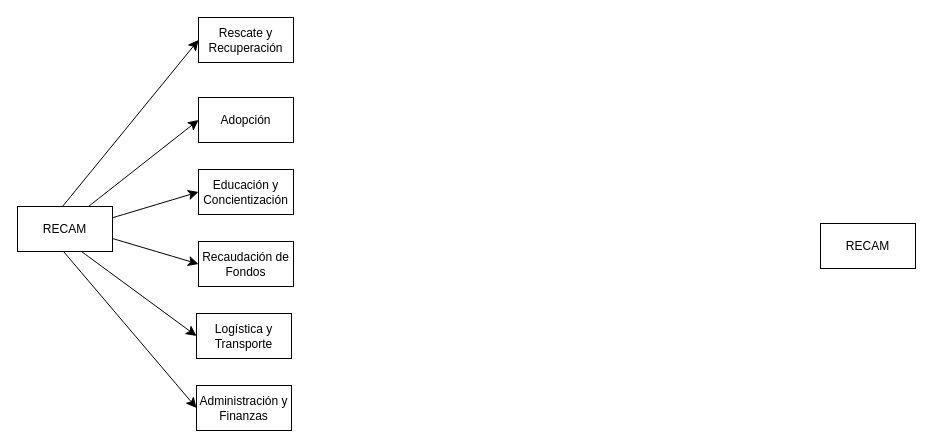
The draw.io diagram organigrama_recam.drawio in franualba/diagrams, before the edit. Source tidied: cells renumbered, new cells numbered last; positions are measured from the earlier drawing's top-left corner, leaving out a move shared by most shapes. Both pictures are drawn from the tidied source at 100%, with x=0, y=0 at pixel (17, 17).
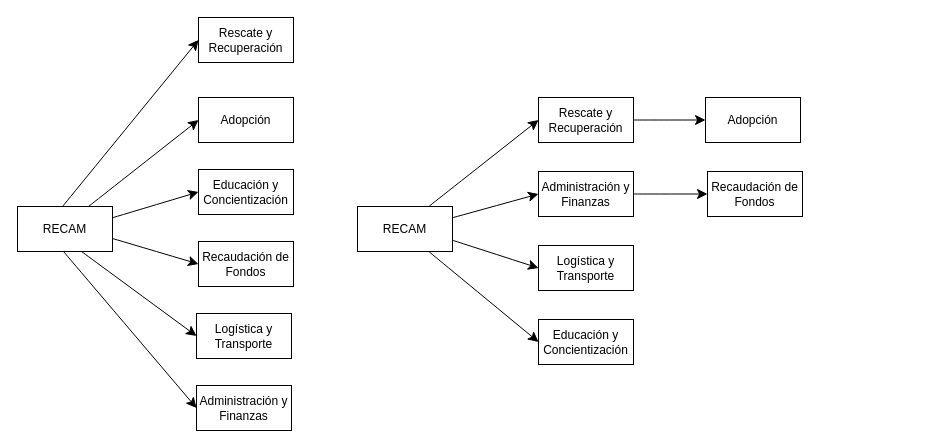
After the change.

Diff of the diagram source:
```diff
@@
-    <mxCell id="2" value="RECAM" style="rounded=0;whiteSpace=wrap;html=1;" parent="1" vertex="1">
-      <mxGeometry x="803" y="206" width="95" height="45" as="geometry" />
-    </mxCell>
-    <mxCell id="3" style="edgeStyle=none;curved=1;rounded=0;orthogonalLoop=1;jettySize=auto;html=1;exitX=1;exitY=1;exitDx=0;exitDy=0;fontSize=12;startSize=8;endSize=8;" parent="1" edge="1" source="2" target="2">
-      <mxGeometry relative="1" as="geometry" />
+    <mxCell id="3" style="edgeStyle=none;curved=1;rounded=0;orthogonalLoop=1;jettySize=auto;html=1;exitX=1;exitY=1;exitDx=0;exitDy=0;fontSize=12;startSize=8;endSize=8;" parent="1" edge="1">
+      <mxGeometry relative="1" as="geometry">
+        <mxPoint x="898" y="251" as="sourcePoint" />
+        <mxPoint x="898" y="251" as="targetPoint" />
+      </mxGeometry>
     </mxCell>
@@
+    <mxCell id="17" style="edgeStyle=none;curved=1;rounded=0;jettySize=auto;html=1;exitX=1;exitY=0.75;exitDx=0;exitDy=0;entryX=0;entryY=0.5;entryDx=0;entryDy=0;fontSize=12;startSize=8;endSize=8;" parent="1" edge="1" source="2" target="24">
+      <mxGeometry relative="1" as="geometry" />
+    </mxCell>
+    <mxCell id="18" style="edgeStyle=none;curved=1;rounded=0;jettySize=auto;html=1;exitX=0.75;exitY=1;exitDx=0;exitDy=0;entryX=0;entryY=0.5;entryDx=0;entryDy=0;fontSize=12;startSize=8;endSize=8;" parent="1" edge="1" source="2" target="22">
+      <mxGeometry relative="1" as="geometry" />
+    </mxCell>
+    <mxCell id="2" value="RECAM" style="rounded=0;whiteSpace=wrap;html=1;" parent="1" vertex="1">
+      <mxGeometry x="340" y="189" width="95" height="45" as="geometry" />
+    </mxCell>
+    <mxCell id="19" style="edgeStyle=none;curved=1;rounded=0;jettySize=auto;html=1;exitX=1;exitY=0.5;exitDx=0;exitDy=0;entryX=0;entryY=0.5;entryDx=0;entryDy=0;fontSize=12;startSize=8;endSize=8;" parent="1" edge="1" source="20" target="21">
+      <mxGeometry relative="1" as="geometry" />
+    </mxCell>
+    <mxCell id="20" value="&lt;div&gt;Rescate y Recuperación&lt;/div&gt;" style="rounded=0;whiteSpace=wrap;html=1;" parent="1" vertex="1">
+      <mxGeometry x="521" y="80" width="95" height="45" as="geometry" />
+    </mxCell>
+    <mxCell id="21" value="&lt;div&gt;Adopción&lt;/div&gt;" style="rounded=0;whiteSpace=wrap;html=1;" parent="1" vertex="1">
+      <mxGeometry x="688" y="80" width="95" height="45" as="geometry" />
+    </mxCell>
+    <mxCell id="22" value="Educación y Concientización" style="rounded=0;whiteSpace=wrap;html=1;" parent="1" vertex="1">
+      <mxGeometry x="521" y="302" width="95" height="45" as="geometry" />
+    </mxCell>
+    <mxCell id="23" value="Recaudación de Fondos" style="rounded=0;whiteSpace=wrap;html=1;" parent="1" vertex="1">
+      <mxGeometry x="690" y="154" width="95" height="45" as="geometry" />
+    </mxCell>
+    <mxCell id="24" value="&lt;div&gt;Logística y Transporte&lt;/div&gt;" style="rounded=0;whiteSpace=wrap;html=1;" parent="1" vertex="1">
+      <mxGeometry x="521" y="228" width="95" height="45" as="geometry" />
+    </mxCell>
+    <mxCell id="25" style="edgeStyle=none;curved=1;rounded=0;jettySize=auto;html=1;exitX=1;exitY=0.5;exitDx=0;exitDy=0;entryX=0;entryY=0.5;entryDx=0;entryDy=0;fontSize=12;startSize=8;endSize=8;" parent="1" edge="1" source="26" target="23">
+      <mxGeometry relative="1" as="geometry" />
+    </mxCell>
+    <mxCell id="26" value="Administración y Finanzas" style="rounded=0;whiteSpace=wrap;html=1;" parent="1" vertex="1">
+      <mxGeometry x="521" y="154" width="95" height="45" as="geometry" />
+    </mxCell>
+    <mxCell id="27" style="endArrow=classic;html=1;rounded=0;fontSize=12;startSize=8;endSize=8;curved=1;entryX=0;entryY=0.5;entryDx=0;entryDy=0;exitX=0.75;exitY=0;exitDx=0;exitDy=0;" parent="1" edge="1" source="2" target="20">
+      <mxGeometry relative="1" as="geometry" />
+    </mxCell>
+    <mxCell id="28" style="endArrow=classic;html=1;rounded=0;fontSize=12;startSize=8;endSize=8;curved=1;entryX=0;entryY=0.5;entryDx=0;entryDy=0;exitX=1;exitY=0.25;exitDx=0;exitDy=0;" parent="1" edge="1" source="2" target="26">
+      <mxGeometry relative="1" as="geometry" />
+    </mxCell>
```
